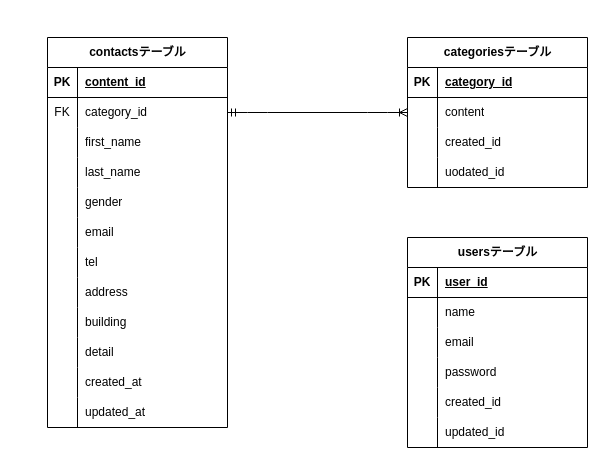
This is er.drawio from miho-85-ux/testcontact-form, a draw.io file, before an edit. Source tidied: cells renumbered, new cells numbered last; positions are measured from the earlier drawing's top-left corner, leaving out a move shared by most shapes. Both pictures are drawn from the tidied source at 100%, with x=0, y=0 at pixel (47, 37).
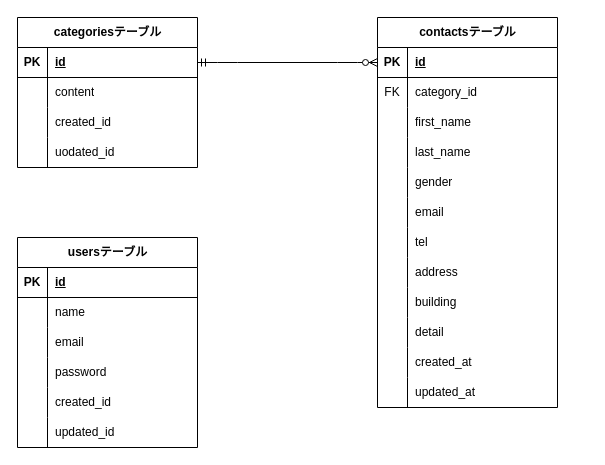
Above is the later version.

Commit message (it also covers changes not shown here):
thanks.blade完成、ER図再編集

Unchanged cells that the change refers to:
```xml
<mxCell id="3" style="shape=tableRow;horizontal=0;startSize=0;swimlaneHead=0;swimlaneBody=0;fillColor=none;points=[[0,0.5],[1,0.5]];portConstraint=eastwest;top=0;left=0;right=0;bottom=1;" parent="2" vertex="1">
  <mxGeometry y="30" width="180" height="30" as="geometry" />
</mxCell>
<mxCell id="40" style="shape=tableRow;horizontal=0;startSize=0;swimlaneHead=0;swimlaneBody=0;fillColor=none;points=[[0,0.5],[1,0.5]];portConstraint=eastwest;top=0;left=0;right=0;bottom=1;" parent="39" vertex="1">
  <mxGeometry y="30" width="180" height="30" as="geometry" />
</mxCell>
<mxCell id="53" style="shape=tableRow;horizontal=0;startSize=0;swimlaneHead=0;swimlaneBody=0;fillColor=none;top=0;left=0;right=0;bottom=1;" parent="52" vertex="1">
  <mxGeometry y="30" width="180" height="30" as="geometry" />
</mxCell>
```

What changed in the source:
```diff
@@
     <mxCell id="2" value="contactsテーブル" style="shape=table;startSize=30;childLayout=tableLayout;rowLines=0;fontStyle=1;align=center;html=1;" parent="1" vertex="1">
-      <mxGeometry width="180" height="390" as="geometry" />
+      <mxGeometry x="330" y="-20" width="180" height="390" as="geometry" />
     </mxCell>
@@
-    <mxCell id="5" value="content_id" style="shape=partialRectangle;fillColor=none;top=0;left=0;bottom=0;right=0;align=left;spacingLeft=6;fontStyle=5;overflow=hidden;whiteSpace=wrap;html=1;" parent="3" vertex="1">
+    <mxCell id="5" value="id" style="shape=partialRectangle;fillColor=none;top=0;left=0;bottom=0;right=0;align=left;spacingLeft=6;fontStyle=5;overflow=hidden;whiteSpace=wrap;html=1;" parent="3" vertex="1">
       <mxGeometry x="30" width="150" height="30" as="geometry" />
     </mxCell>
@@
     <mxCell id="39" value="categoriesテーブル" style="shape=table;startSize=30;childLayout=tableLayout;rowLines=0;fontStyle=1;align=center;html=1;" parent="1" vertex="1">
-      <mxGeometry x="360" width="180" height="150" as="geometry" />
+      <mxGeometry x="-30" y="-20" width="180" height="150" as="geometry" />
     </mxCell>
@@
-    <mxCell id="42" value="category_id" style="shape=partialRectangle;fillColor=none;top=0;left=0;bottom=0;right=0;align=left;spacingLeft=6;fontStyle=5;overflow=hidden;whiteSpace=wrap;html=1;" parent="40" vertex="1">
+    <mxCell id="42" value="id" style="shape=partialRectangle;fillColor=none;top=0;left=0;bottom=0;right=0;align=left;spacingLeft=6;fontStyle=5;overflow=hidden;whiteSpace=wrap;html=1;" parent="40" vertex="1">
       <mxGeometry x="30" width="150" height="30" as="geometry" />
     </mxCell>
@@
     <mxCell id="52" value="usersテーブル" style="shape=table;startSize=30;childLayout=tableLayout;rowLines=0;fontStyle=1;align=center;html=1;" parent="1" vertex="1">
-      <mxGeometry x="360" y="200" width="180" height="210" as="geometry" />
+      <mxGeometry x="-30" y="200" width="180" height="210" as="geometry" />
     </mxCell>
@@
-    <mxCell id="55" value="user_id" style="shape=partialRectangle;fillColor=none;top=0;left=0;bottom=0;right=0;align=left;spacingLeft=6;fontStyle=5;overflow=hidden;whiteSpace=wrap;html=1;" parent="53" vertex="1">
+    <mxCell id="55" value="id" style="shape=partialRectangle;fillColor=none;top=0;left=0;bottom=0;right=0;align=left;spacingLeft=6;fontStyle=5;overflow=hidden;whiteSpace=wrap;html=1;" parent="53" vertex="1">
       <mxGeometry x="30" width="150" height="30" as="geometry" />
     </mxCell>
@@
-    <mxCell id="71" style="edgeStyle=entityRelationEdgeStyle;fontSize=12;html=1;endArrow=ERoneToMany;startArrow=ERmandOne;exitX=1;exitY=0.5;exitDx=0;exitDy=0;entryX=0;entryY=0.5;entryDx=0;entryDy=0;" parent="1" edge="1">
-      <mxGeometry relative="1" as="geometry">
-        <mxPoint x="180" y="75" as="sourcePoint" />
-        <mxPoint x="360" y="75" as="targetPoint" />
-      </mxGeometry>
-    </mxCell>
+    <mxCell id="72" style="edgeStyle=entityRelationEdgeStyle;fontSize=12;html=1;endArrow=ERzeroToMany;startArrow=ERmandOne;exitX=1;exitY=0.5;exitDx=0;exitDy=0;" parent="1" edge="1" source="40" target="3">
+      <mxGeometry relative="1" as="geometry" />
+    </mxCell>
```
